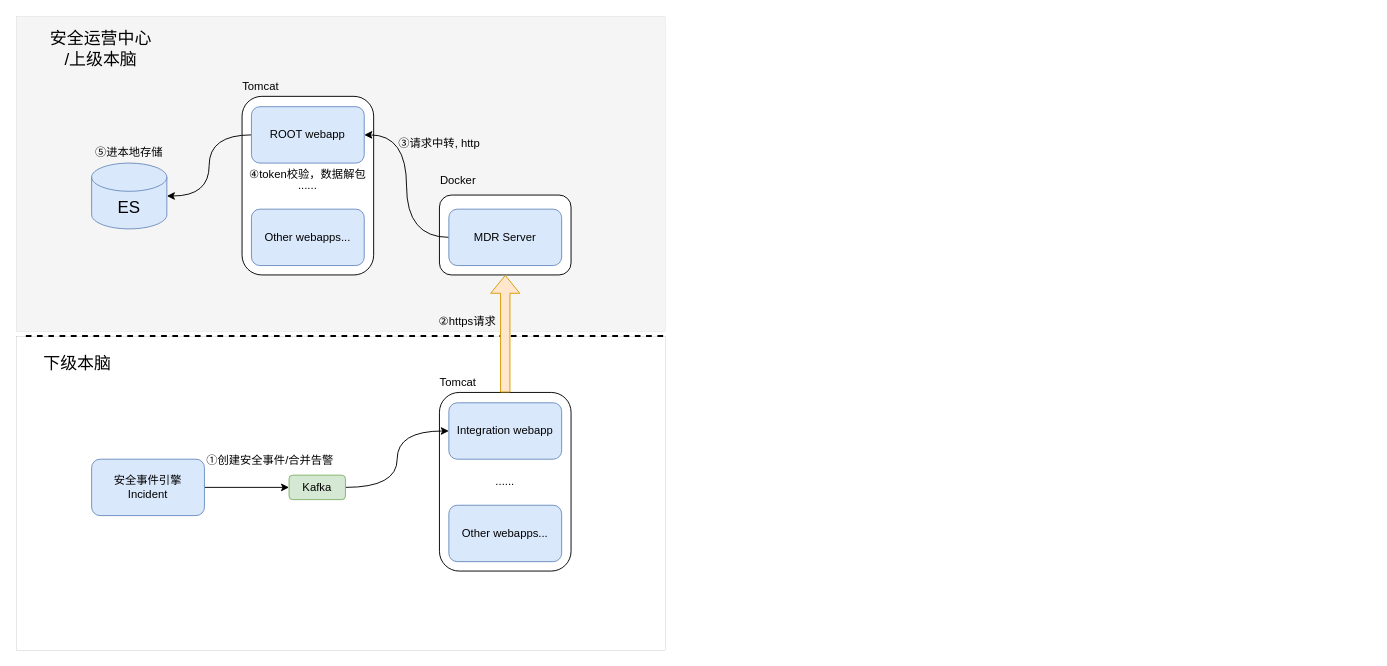
Above: trustee.drawio in popvlovs/popvlovs-repository (draw.io), before the change. Source tidied: cells renumbered, new cells numbered last; positions are measured from the earlier drawing's top-left corner, leaving out a move shared by most shapes. Both pictures are drawn from the tidied source at 94%, with x=0, y=0 at pixel (16, 16).
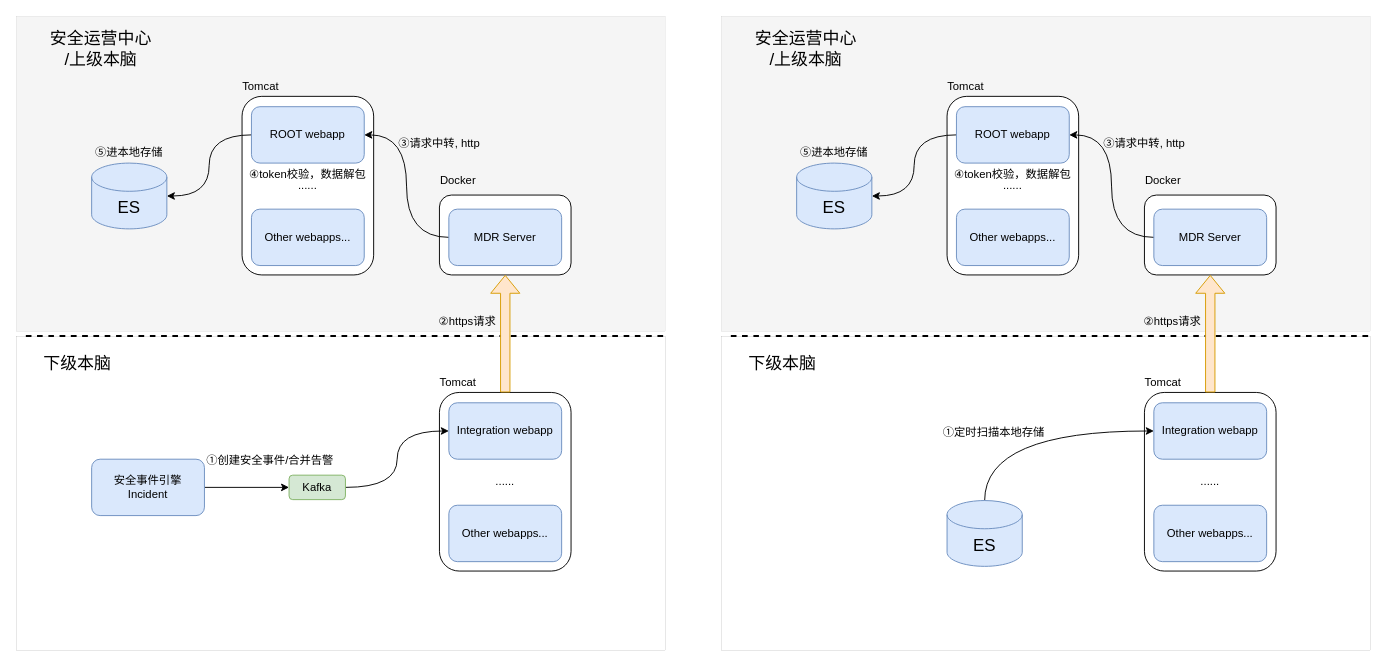
Above is the later version.

The edit, as a diff of the source:
```diff
@@
+    <mxCell id="33" style="rounded=0;whiteSpace=wrap;html=1;dashed=1;strokeWidth=0;" parent="1" vertex="1">
+      <mxGeometry x="750" y="340" width="690" height="335" as="geometry" />
+    </mxCell>
+    <mxCell id="34" value="Tomcat" style="text;html=1;strokeColor=none;fillColor=none;align=center;verticalAlign=middle;whiteSpace=wrap;rounded=0;" parent="1" vertex="1">
+      <mxGeometry x="1190" y="375" width="60" height="30" as="geometry" />
+    </mxCell>
+    <mxCell id="35" style="rounded=1;whiteSpace=wrap;html=1;" parent="1" vertex="1">
+      <mxGeometry x="1200" y="400" width="140" height="190" as="geometry" />
+    </mxCell>
+    <mxCell id="36" value="Integration webapp" style="rounded=1;whiteSpace=wrap;html=1;fillColor=#dae8fc;strokeColor=#6c8ebf;" parent="1" vertex="1">
+      <mxGeometry x="1210" y="411" width="120" height="60" as="geometry" />
+    </mxCell>
+    <mxCell id="37" value="Other webapps..." style="rounded=1;whiteSpace=wrap;html=1;fillColor=#dae8fc;strokeColor=#6c8ebf;" parent="1" vertex="1">
+      <mxGeometry x="1210" y="520" width="120" height="60" as="geometry" />
+    </mxCell>
+    <mxCell id="38" value="......" style="text;html=1;strokeColor=none;fillColor=none;align=center;verticalAlign=middle;whiteSpace=wrap;rounded=0;" parent="1" vertex="1">
+      <mxGeometry x="1240" y="480" width="60" height="30" as="geometry" />
+    </mxCell>
+    <mxCell id="39" style="endArrow=none;dashed=1;html=1;strokeWidth=2;rounded=0;curved=1;" parent="1" edge="1">
+      <mxGeometry relative="1" as="geometry">
+        <mxPoint x="760" y="340" as="sourcePoint" />
+        <mxPoint x="1440" y="340" as="targetPoint" />
+      </mxGeometry>
+    </mxCell>
+    <mxCell id="40" value="下级本脑" style="text;html=1;strokeColor=none;fillColor=none;align=center;verticalAlign=middle;whiteSpace=wrap;rounded=0;dashed=1;fontSize=18;" parent="1" vertex="1">
+      <mxGeometry x="760" y="355" width="110" height="30" as="geometry" />
+    </mxCell>
+    <mxCell id="41" style="rounded=0;whiteSpace=wrap;html=1;dashed=1;strokeWidth=0;fillColor=#f5f5f5;fontColor=#333333;strokeColor=#666666;" parent="1" vertex="1">
+      <mxGeometry x="750" width="690" height="335" as="geometry" />
+    </mxCell>
+    <mxCell id="42" value="安全运营中心&lt;br&gt;/上级本脑" style="text;html=1;strokeColor=none;fillColor=none;align=center;verticalAlign=middle;whiteSpace=wrap;rounded=0;dashed=1;fontSize=18;" parent="1" vertex="1">
+      <mxGeometry x="760" y="20" width="160" height="30" as="geometry" />
+    </mxCell>
+    <mxCell id="43" value="Tomcat" style="text;html=1;strokeColor=none;fillColor=none;align=center;verticalAlign=middle;whiteSpace=wrap;rounded=0;" parent="1" vertex="1">
+      <mxGeometry x="980" y="60" width="60" height="30" as="geometry" />
+    </mxCell>
+    <mxCell id="44" style="rounded=1;whiteSpace=wrap;html=1;" parent="1" vertex="1">
+      <mxGeometry x="990" y="85" width="140" height="190" as="geometry" />
+    </mxCell>
+    <mxCell id="45" style="edgeStyle=orthogonalEdgeStyle;curved=1;rounded=0;jettySize=auto;html=1;fontSize=18;" parent="1" edge="1" source="46" target="49">
+      <mxGeometry relative="1" as="geometry" />
+    </mxCell>
+    <mxCell id="46" value="ROOT webapp" style="rounded=1;whiteSpace=wrap;html=1;fillColor=#dae8fc;strokeColor=#6c8ebf;" parent="1" vertex="1">
+      <mxGeometry x="1000" y="96" width="120" height="60" as="geometry" />
+    </mxCell>
+    <mxCell id="47" value="Other webapps..." style="rounded=1;whiteSpace=wrap;html=1;fillColor=#dae8fc;strokeColor=#6c8ebf;" parent="1" vertex="1">
+      <mxGeometry x="1000" y="205" width="120" height="60" as="geometry" />
+    </mxCell>
+    <mxCell id="48" value="......" style="text;html=1;strokeColor=none;fillColor=none;align=center;verticalAlign=middle;whiteSpace=wrap;rounded=0;" parent="1" vertex="1">
+      <mxGeometry x="1030" y="165" width="60" height="30" as="geometry" />
+    </mxCell>
+    <mxCell id="49" value="ES" style="shape=cylinder3;whiteSpace=wrap;html=1;boundedLbl=1;backgroundOutline=1;size=15;fontSize=18;strokeWidth=1;fillColor=#dae8fc;strokeColor=#6c8ebf;" parent="1" vertex="1">
+      <mxGeometry x="830" y="156" width="80" height="70" as="geometry" />
+    </mxCell>
+    <mxCell id="50" value="⑤进本地存储" style="text;html=1;strokeColor=none;fillColor=none;align=center;verticalAlign=middle;whiteSpace=wrap;rounded=0;" parent="1" vertex="1">
+      <mxGeometry x="800" y="130" width="140" height="30" as="geometry" />
+    </mxCell>
+    <mxCell id="51" value="②https请求" style="text;html=1;strokeColor=none;fillColor=none;align=center;verticalAlign=middle;whiteSpace=wrap;rounded=0;" parent="1" vertex="1">
+      <mxGeometry x="1160" y="310" width="140" height="30" as="geometry" />
+    </mxCell>
+    <mxCell id="52" style="rounded=1;whiteSpace=wrap;html=1;" parent="1" vertex="1">
+      <mxGeometry x="1200" y="190" width="140" height="85" as="geometry" />
+    </mxCell>
+    <mxCell id="53" value="Docker" style="text;html=1;strokeColor=none;fillColor=none;align=center;verticalAlign=middle;whiteSpace=wrap;rounded=0;" parent="1" vertex="1">
+      <mxGeometry x="1190" y="160" width="60" height="30" as="geometry" />
+    </mxCell>
+    <mxCell id="54" style="edgeStyle=orthogonalEdgeStyle;curved=1;rounded=0;jettySize=auto;html=1;fontSize=18;entryX=1;entryY=0.5;entryDx=0;entryDy=0;" parent="1" edge="1" source="55" target="46">
+      <mxGeometry relative="1" as="geometry" />
+    </mxCell>
+    <mxCell id="55" value="MDR Server" style="rounded=1;whiteSpace=wrap;html=1;fillColor=#dae8fc;strokeColor=#6c8ebf;" parent="1" vertex="1">
+      <mxGeometry x="1210" y="205" width="120" height="60" as="geometry" />
+    </mxCell>
+    <mxCell id="56" style="shape=flexArrow;endArrow=classic;html=1;rounded=0;fontSize=18;curved=1;fillColor=#ffe6cc;strokeColor=#d79b00;entryX=0.5;entryY=1;entryDx=0;entryDy=0;exitX=0.5;exitY=0;exitDx=0;exitDy=0;" parent="1" edge="1" source="35" target="52">
+      <mxGeometry relative="1" as="geometry" />
+    </mxCell>
+    <mxCell id="57" value="③请求中转, http" style="text;html=1;strokeColor=none;fillColor=none;align=center;verticalAlign=middle;whiteSpace=wrap;rounded=0;" parent="1" vertex="1">
+      <mxGeometry x="1130" y="120" width="140" height="30" as="geometry" />
+    </mxCell>
+    <mxCell id="58" value="④token校验，数据解包" style="text;html=1;strokeColor=none;fillColor=none;align=center;verticalAlign=middle;whiteSpace=wrap;rounded=0;" parent="1" vertex="1">
+      <mxGeometry x="990" y="152.5" width="140" height="30" as="geometry" />
+    </mxCell>
+    <mxCell id="59" style="edgeStyle=orthogonalEdgeStyle;curved=1;rounded=0;jettySize=auto;html=1;fontSize=18;entryX=0;entryY=0.5;entryDx=0;entryDy=0;exitX=0.5;exitY=0;exitDx=0;exitDy=0;exitPerimeter=0;" parent="1" edge="1" source="60" target="36">
+      <mxGeometry relative="1" as="geometry" />
+    </mxCell>
+    <mxCell id="60" value="ES" style="shape=cylinder3;whiteSpace=wrap;html=1;boundedLbl=1;backgroundOutline=1;size=15;fontSize=18;strokeWidth=1;fillColor=#dae8fc;strokeColor=#6c8ebf;" parent="1" vertex="1">
+      <mxGeometry x="990" y="515" width="80" height="70" as="geometry" />
+    </mxCell>
+    <mxCell id="61" value="①定时扫描本地存储" style="text;html=1;strokeColor=none;fillColor=none;align=center;verticalAlign=middle;whiteSpace=wrap;rounded=0;" parent="1" vertex="1">
+      <mxGeometry x="970" y="428" width="140" height="30" as="geometry" />
+    </mxCell>
```
